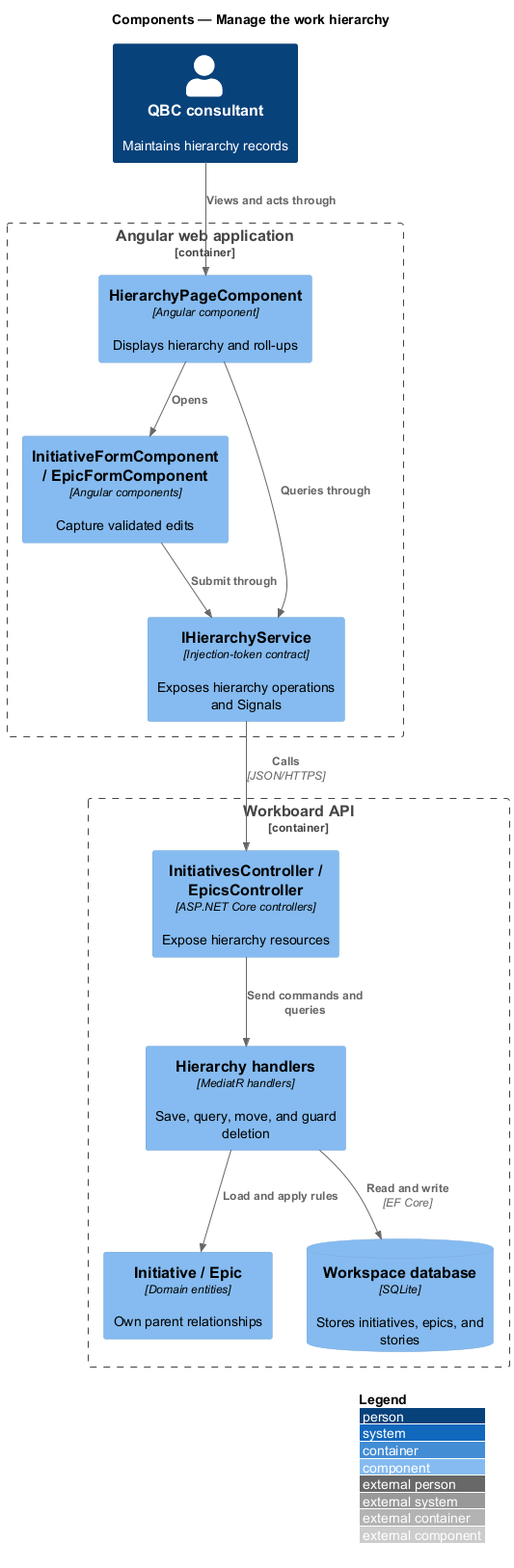
The PlantUML diagram docs/detailed-designs/work-items/manage-work-hierarchy/diagrams/c4-component.png in QuinntyneBrown/quinntyne-brown-consulting, before a commit.
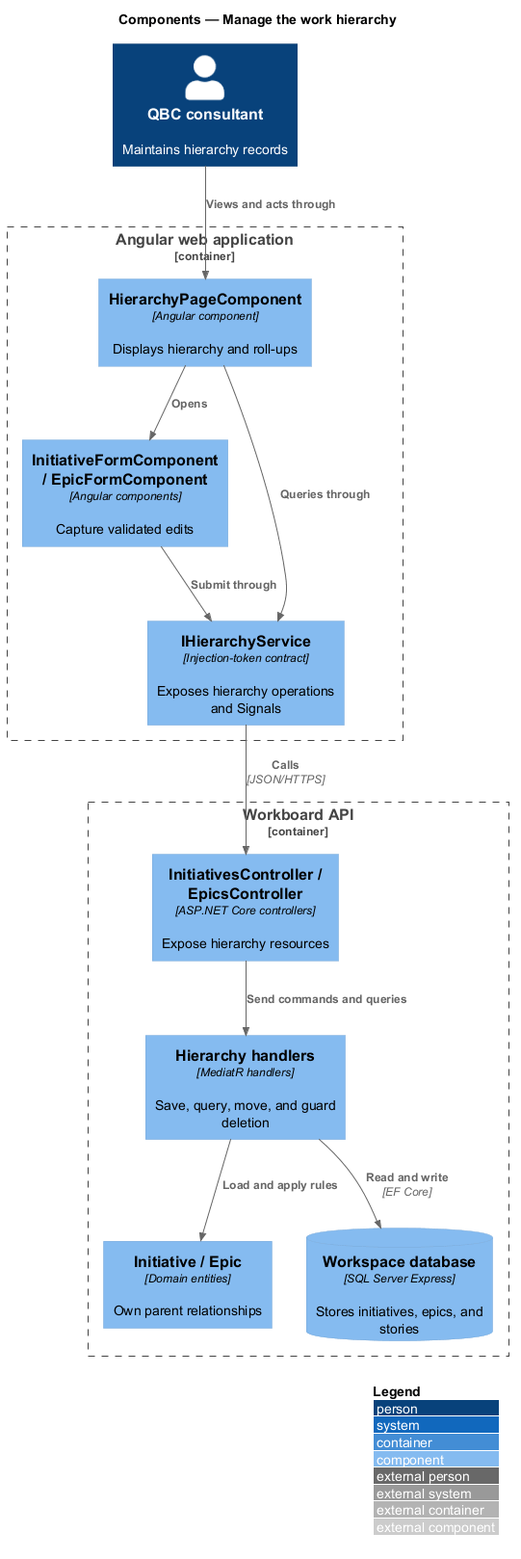
After the commit.

The edit, as a diff of the source:
```diff
@@ -13,7 +13,7 @@
   Component(controllers, "InitiativesController / EpicsController", "ASP.NET Core controllers", "Expose hierarchy resources")
   Component(handlers, "Hierarchy handlers", "MediatR handlers", "Save, query, move, and guard deletion")
   Component(domain, "Initiative / Epic", "Domain entities", "Own parent relationships")
-  ComponentDb(db, "Workspace database", "SQLite", "Stores initiatives, epics, and stories")
+  ComponentDb(db, "Workspace database", "SQL Server Express", "Stores initiatives, epics, and stories")
 }
 
 Rel(consultant, page, "Views and acts through")
```
